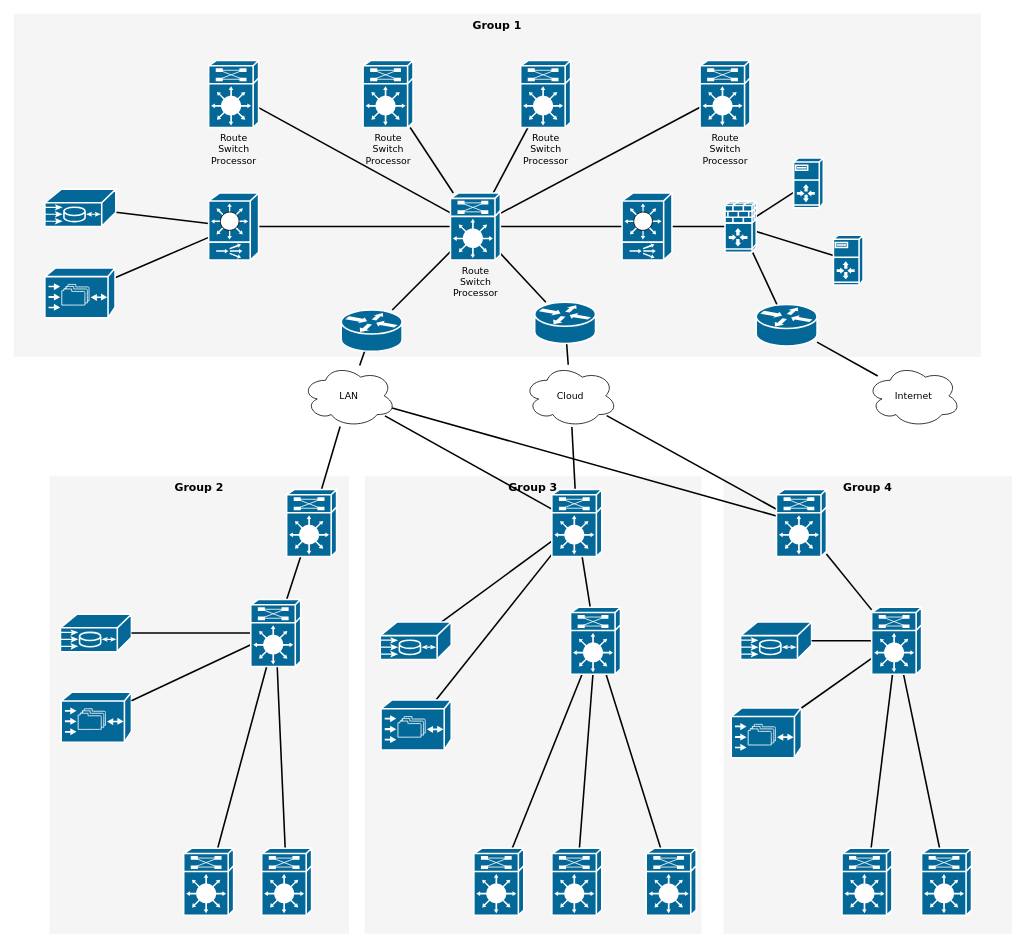
Earlier version of the draw.io diagram Diagrama sin título.drawio (gajunapi/PRUEBA). Source tidied: cells renumbered, new cells numbered last; positions are measured from the earlier drawing's top-left corner, leaving out a move shared by most shapes. Both pictures are drawn from the tidied source at 78%, with x=0, y=0 at pixel (13, 13).
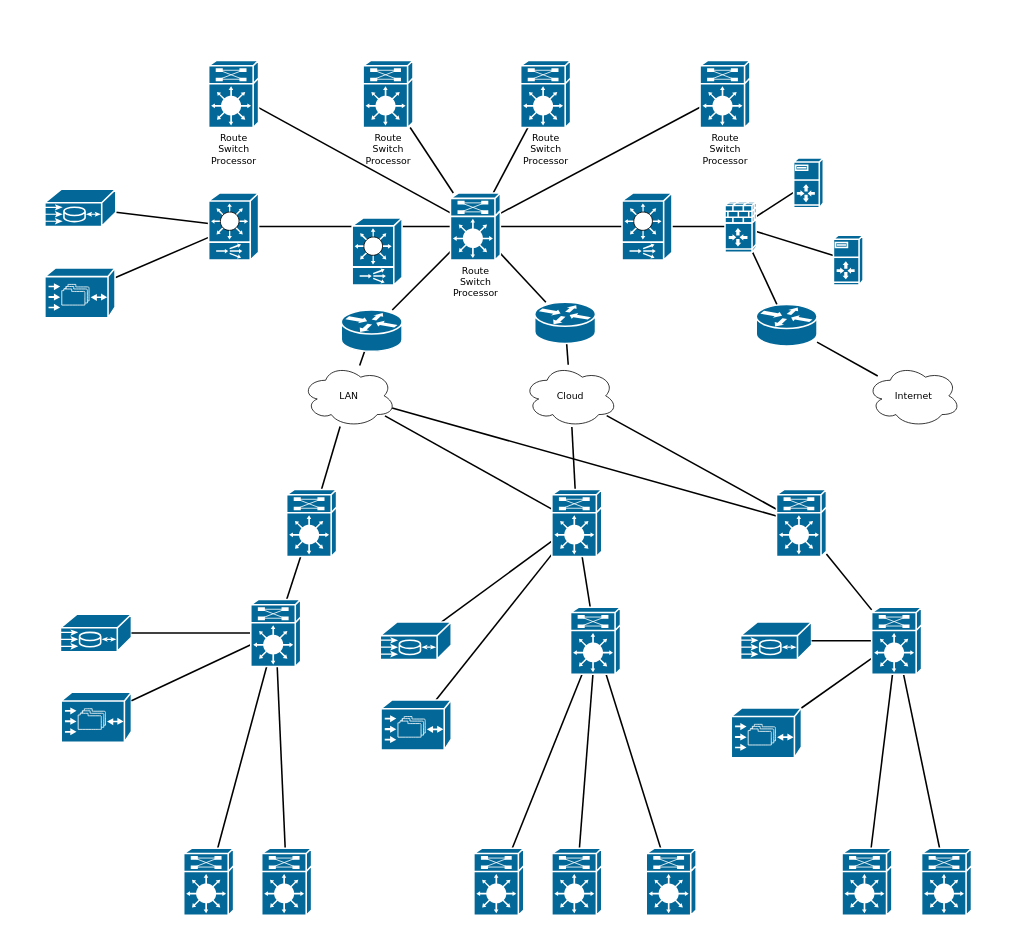
The same diagram, later.

Diff of the diagram source:
```diff
@@
-    <mxCell id="2" value="Group 1" style="whiteSpace=wrap;html=1;rounded=0;shadow=0;comic=0;strokeWidth=1;fontFamily=Verdana;fontSize=14;fillColor=#f5f5f5;strokeColor=none;verticalAlign=top;fontStyle=1;" parent="1" vertex="1">
-      <mxGeometry width="1240" height="440" as="geometry" />
-    </mxCell>
-    <mxCell id="3" value="Group 4" style="whiteSpace=wrap;html=1;rounded=0;shadow=0;comic=0;strokeWidth=1;fontFamily=Verdana;fontSize=14;fillColor=#f5f5f5;strokeColor=none;fontStyle=1;verticalAlign=top;" parent="1" vertex="1">
-      <mxGeometry x="910" y="593" width="370" height="587" as="geometry" />
-    </mxCell>
-    <mxCell id="4" value="Group 3" style="whiteSpace=wrap;html=1;rounded=0;shadow=0;comic=0;strokeWidth=1;fontFamily=Verdana;fontSize=14;fillColor=#f5f5f5;strokeColor=none;fontStyle=1;verticalAlign=top;" parent="1" vertex="1">
-      <mxGeometry x="450" y="593" width="432" height="587" as="geometry" />
-    </mxCell>
-    <mxCell id="5" value="Group 2" style="whiteSpace=wrap;html=1;rounded=0;shadow=0;comic=0;strokeWidth=1;fontFamily=Verdana;fontSize=14;fillColor=#f5f5f5;strokeColor=none;fontStyle=1;verticalAlign=top;" parent="1" vertex="1">
-      <mxGeometry x="46" y="593" width="384" height="587" as="geometry" />
-    </mxCell>
@@
+    <mxCell id="81" style="shape=mxgraph.cisco.routers.router;html=1;dashed=0;fillColor=#036897;strokeColor=#ffffff;strokeWidth=2;verticalLabelPosition=bottom;verticalAlign=top;rounded=0;shadow=0;comic=0;fontFamily=Verdana;fontSize=12;" parent="1" vertex="1">
+      <mxGeometry x="420" y="380" width="78" height="53" as="geometry" />
+    </mxCell>
+    <mxCell id="82" style="shape=mxgraph.cisco.switches.content_switch;html=1;dashed=0;fillColor=#036897;strokeColor=#ffffff;strokeWidth=2;verticalLabelPosition=bottom;verticalAlign=top;rounded=0;shadow=0;comic=0;fontFamily=Verdana;fontSize=12;" parent="1" vertex="1">
+      <mxGeometry x="434" y="262" width="64" height="86" as="geometry" />
+    </mxCell>
```
